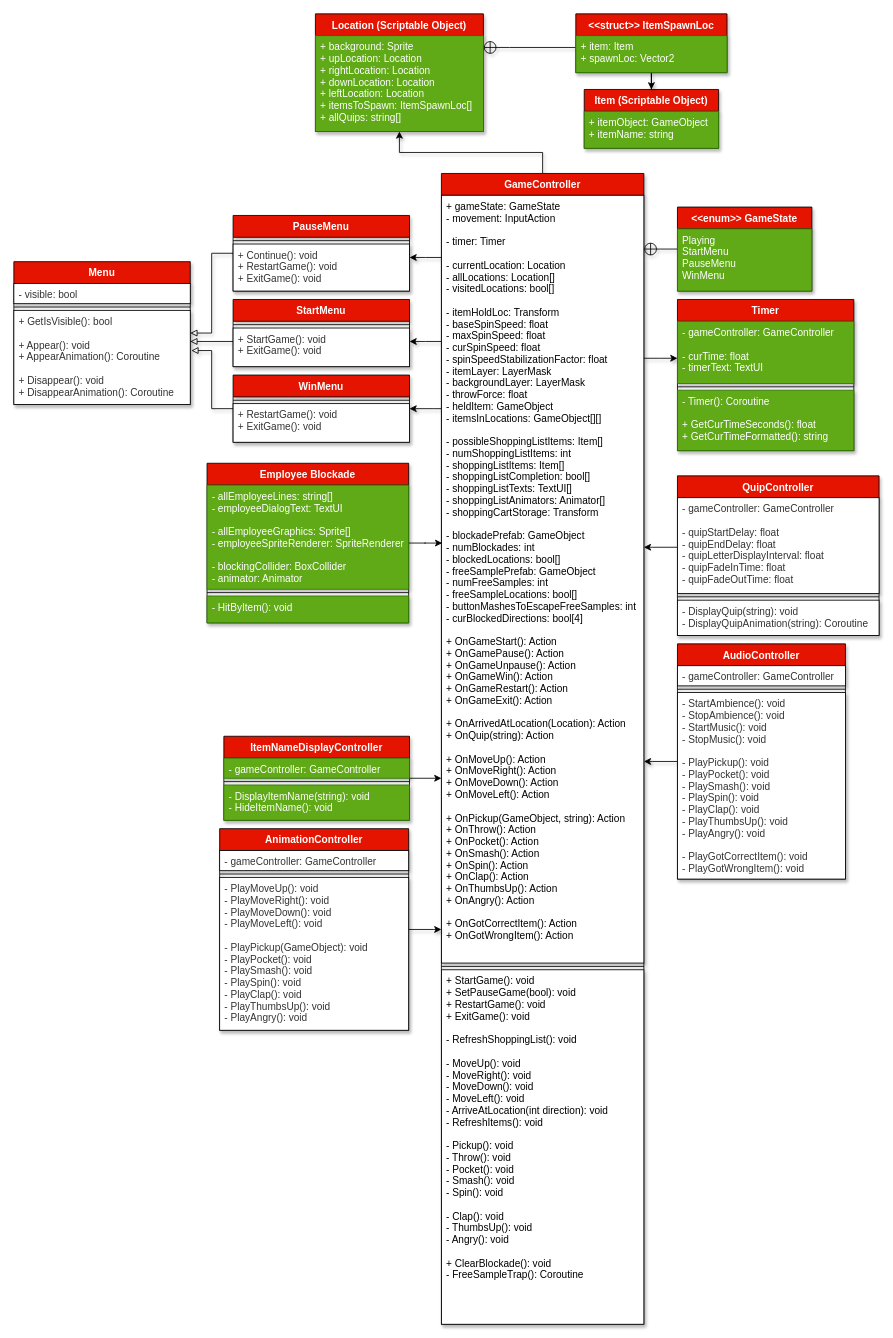
Above: Trapped in Costco UML.drawio in BagelMaster5000/Trapped-In-Costco (draw.io), before the change. Source tidied: cells renumbered, new cells numbered last; positions are measured from the earlier drawing's top-left corner, leaving out a move shared by most shapes. Both pictures are drawn from the tidied source at 84%, with x=0, y=0 at pixel (13, 13).
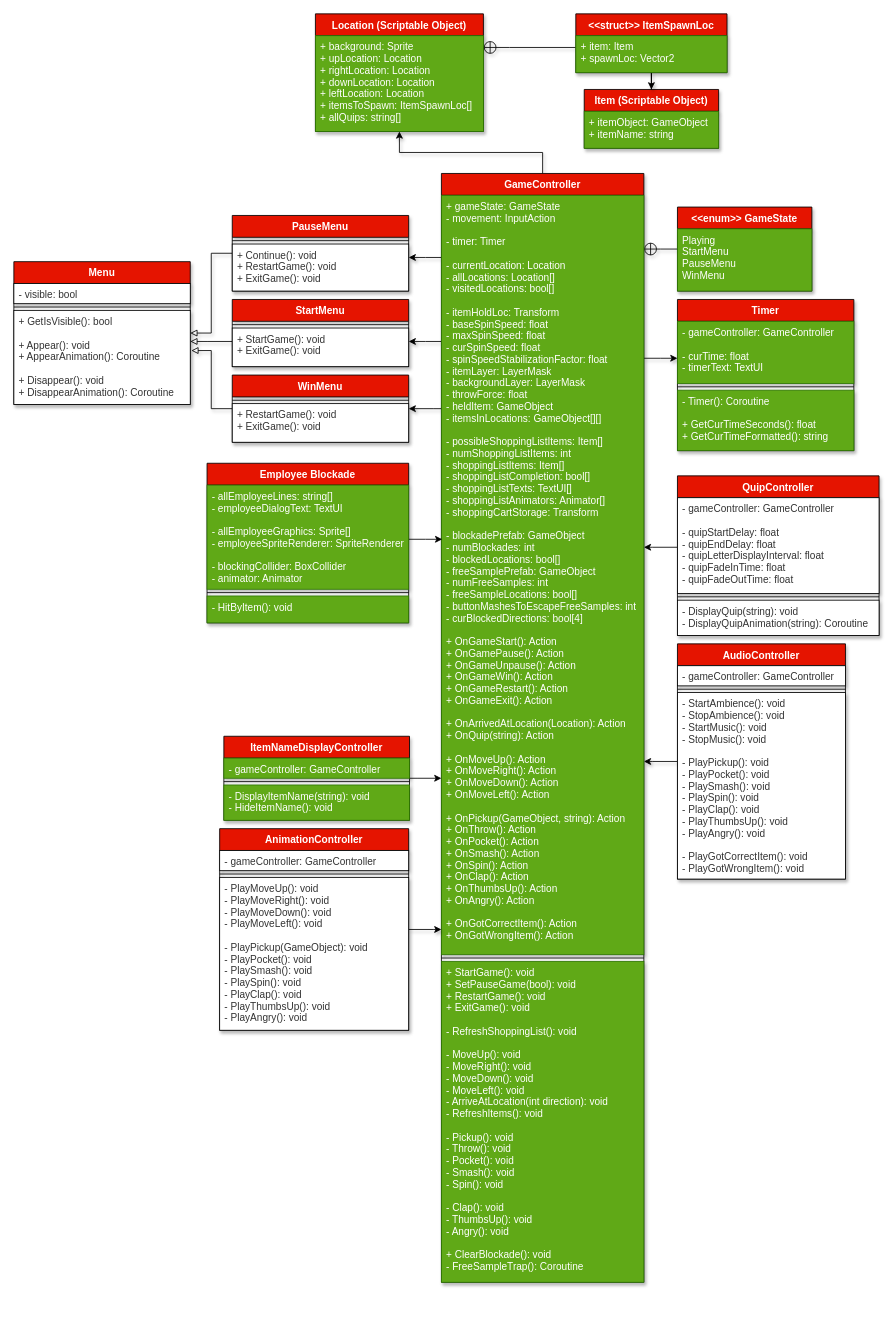
The same diagram, later.

Commit message:
Updated UML diagram

The change refers to these unchanged cells:
```xml
<mxCell id="63" value="Employee Blockade" style="swimlane;fontStyle=1;align=center;verticalAlign=top;horizontal=1;startSize=26;fillColor=#e51400;labelBackgroundColor=none;labelBorderColor=none;shadow=1;fontColor=#ffffff;" parent="1" vertex="1">
  <mxGeometry x="230" y="535" width="240" height="190" as="geometry" />
</mxCell>
```

Change to the diagram source:
```diff
@@
     <mxCell id="10" value="GameController" style="swimlane;fontStyle=1;align=center;verticalAlign=top;horizontal=1;startSize=26;fillColor=#e51400;labelBackgroundColor=none;labelBorderColor=none;shadow=1;fontColor=#ffffff;" parent="1" vertex="1">
-      <mxGeometry x="509" y="190" width="241" height="1370" as="geometry" />
+      <mxGeometry x="509" y="190" width="241" height="1320" as="geometry" />
     </mxCell>
-    <mxCell id="11" value="+ gameState: GameState&#10;- movement: InputAction&#10;&#10;- timer: Timer&#10;&#10;- currentLocation: Location&#10;- allLocations: Location[]&#10;- visitedLocations: bool[]&#10;&#10;- itemHoldLoc: Transform&#10;- baseSpinSpeed: float&#10;- maxSpinSpeed: float&#10;- curSpinSpeed: float&#10;- spinSpeedStabilizationFactor: float&#10;- itemLayer: LayerMask&#10;- backgroundLayer: LayerMask&#10;- throwForce: float&#10;- heldItem: GameObject&#10;- itemsInLocations: GameObject[][]&#10;&#10;- possibleShoppingListItems: Item[]&#10;- numShoppingListItems: int&#10;- shoppingListItems: Item[]&#10;- shoppingListCompletion: bool[]&#10;- shoppingListTexts: TextUI[]&#10;- shoppingListAnimators: Animator[]&#10;- shoppingCartStorage: Transform&#10;&#10;- blockadePrefab: GameObject&#10;- numBlockades: int&#10;- blockedLocations: bool[]&#10;- freeSamplePrefab: GameObject&#10;- numFreeSamples: int&#10;- freeSampleLocations: bool[]&#10;- buttonMashesToEscapeFreeSamples: int&#10;- curBlockedDirections: bool[4]&#10;&#10;+ OnGameStart(): Action&#10;+ OnGamePause(): Action&#10;+ OnGameUnpause(): Action&#10;+ OnGameWin(): Action&#10;+ OnGameRestart(): Action&#10;+ OnGameExit(): Action&#10;&#10;+ OnArrivedAtLocation(Location): Action&#10;+ OnQuip(string): Action&#10;&#10;+ OnMoveUp(): Action&#10;+ OnMoveRight(): Action&#10;+ OnMoveDown(): Action&#10;+ OnMoveLeft(): Action&#10;&#10;+ OnPickup(GameObject, string): Action&#10;+ OnThrow(): Action&#10;+ OnPocket(): Action&#10;+ OnSmash(): Action&#10;+ OnSpin(): Action&#10;+ OnClap(): Action&#10;+ OnThumbsUp(): Action&#10;+ OnAngry(): Action&#10;&#10;+ OnGotCorrectItem(): Action&#10;+ OnGotWrongItem(): Action&#10;" style="text;align=left;verticalAlign=top;spacingLeft=4;spacingRight=4;overflow=hidden;points=[[0,0.5],[1,0.5]];portConstraint=eastwest;labelBackgroundColor=none;labelBorderColor=none;shadow=1;fillColor=#FFFFFF;fontColor=#000000;strokeColor=#000000;" parent="10" vertex="1">
-      <mxGeometry y="26" width="241" height="914" as="geometry" />
+    <mxCell id="11" value="+ gameState: GameState&#10;- movement: InputAction&#10;&#10;- timer: Timer&#10;&#10;- currentLocation: Location&#10;- allLocations: Location[]&#10;- visitedLocations: bool[]&#10;&#10;- itemHoldLoc: Transform&#10;- baseSpinSpeed: float&#10;- maxSpinSpeed: float&#10;- curSpinSpeed: float&#10;- spinSpeedStabilizationFactor: float&#10;- itemLayer: LayerMask&#10;- backgroundLayer: LayerMask&#10;- throwForce: float&#10;- heldItem: GameObject&#10;- itemsInLocations: GameObject[][]&#10;&#10;- possibleShoppingListItems: Item[]&#10;- numShoppingListItems: int&#10;- shoppingListItems: Item[]&#10;- shoppingListCompletion: bool[]&#10;- shoppingListTexts: TextUI[]&#10;- shoppingListAnimators: Animator[]&#10;- shoppingCartStorage: Transform&#10;&#10;- blockadePrefab: GameObject&#10;- numBlockades: int&#10;- blockedLocations: bool[]&#10;- freeSamplePrefab: GameObject&#10;- numFreeSamples: int&#10;- freeSampleLocations: bool[]&#10;- buttonMashesToEscapeFreeSamples: int&#10;- curBlockedDirections: bool[4]&#10;&#10;+ OnGameStart(): Action&#10;+ OnGamePause(): Action&#10;+ OnGameUnpause(): Action&#10;+ OnGameWin(): Action&#10;+ OnGameRestart(): Action&#10;+ OnGameExit(): Action&#10;&#10;+ OnArrivedAtLocation(Location): Action&#10;+ OnQuip(string): Action&#10;&#10;+ OnMoveUp(): Action&#10;+ OnMoveRight(): Action&#10;+ OnMoveDown(): Action&#10;+ OnMoveLeft(): Action&#10;&#10;+ OnPickup(GameObject, string): Action&#10;+ OnThrow(): Action&#10;+ OnPocket(): Action&#10;+ OnSmash(): Action&#10;+ OnSpin(): Action&#10;+ OnClap(): Action&#10;+ OnThumbsUp(): Action&#10;+ OnAngry(): Action&#10;&#10;+ OnGotCorrectItem(): Action&#10;+ OnGotWrongItem(): Action&#10;" style="text;align=left;verticalAlign=top;spacingLeft=4;spacingRight=4;overflow=hidden;points=[[0,0.5],[1,0.5]];portConstraint=eastwest;labelBackgroundColor=none;labelBorderColor=none;shadow=1;fillColor=#60a917;fontColor=#ffffff;strokeColor=#2D7600;" parent="10" vertex="1">
+      <mxGeometry y="26" width="241" height="904" as="geometry" />
     </mxCell>
     <mxCell id="12" style="line;strokeWidth=1;align=left;verticalAlign=middle;spacingTop=-1;spacingLeft=3;spacingRight=3;labelPosition=right;fillColor=#FFFFFF;labelBackgroundColor=none;labelBorderColor=none;fontColor=#333333;shadow=1;" parent="10" vertex="1">
-      <mxGeometry y="940" width="241" height="8" as="geometry" />
+      <mxGeometry y="930" width="241" height="8" as="geometry" />
     </mxCell>
-    <mxCell id="13" value="+ StartGame(): void&#10;+ SetPauseGame(bool): void&#10;+ RestartGame(): void&#10;+ ExitGame(): void&#10;&#10;- RefreshShoppingList(): void&#10;&#10;- MoveUp(): void&#10;- MoveRight(): void&#10;- MoveDown(): void&#10;- MoveLeft(): void&#10;- ArriveAtLocation(int direction): void&#10;- RefreshItems(): void&#10;&#10;- Pickup(): void&#10;- Throw(): void&#10;- Pocket(): void&#10;- Smash(): void&#10;- Spin(): void&#10;&#10;- Clap(): void&#10;- ThumbsUp(): void&#10;- Angry(): void&#10;&#10;+ ClearBlockade(): void&#10;- FreeSampleTrap(): Coroutine" style="text;align=left;verticalAlign=top;spacingLeft=4;spacingRight=4;overflow=hidden;labelBackgroundColor=none;labelBorderColor=none;shadow=1;fillColor=#FFFFFF;fontColor=#000000;strokeColor=#000000;" parent="10" vertex="1">
-      <mxGeometry y="948" width="241" height="422" as="geometry" />
+    <mxCell id="13" value="+ StartGame(): void&#10;+ SetPauseGame(bool): void&#10;+ RestartGame(): void&#10;+ ExitGame(): void&#10;&#10;- RefreshShoppingList(): void&#10;&#10;- MoveUp(): void&#10;- MoveRight(): void&#10;- MoveDown(): void&#10;- MoveLeft(): void&#10;- ArriveAtLocation(int direction): void&#10;- RefreshItems(): void&#10;&#10;- Pickup(): void&#10;- Throw(): void&#10;- Pocket(): void&#10;- Smash(): void&#10;- Spin(): void&#10;&#10;- Clap(): void&#10;- ThumbsUp(): void&#10;- Angry(): void&#10;&#10;+ ClearBlockade(): void&#10;- FreeSampleTrap(): Coroutine" style="text;align=left;verticalAlign=top;spacingLeft=4;spacingRight=4;overflow=hidden;labelBackgroundColor=none;labelBorderColor=none;shadow=1;fillColor=#60a917;fontColor=#ffffff;strokeColor=#2D7600;" parent="10" vertex="1">
+      <mxGeometry y="938" width="241" height="382" as="geometry" />
     </mxCell>
@@
     <mxCell id="22" value="PauseMenu" style="swimlane;fontStyle=1;align=center;verticalAlign=top;horizontal=1;startSize=26;fillColor=#e51400;labelBackgroundColor=none;labelBorderColor=none;shadow=1;fontColor=#ffffff;" parent="1" vertex="1">
-      <mxGeometry x="261" y="240" width="210" height="90" as="geometry" />
+      <mxGeometry x="260" y="240" width="210" height="90" as="geometry" />
     </mxCell>
@@
     <mxCell id="26" value="StartMenu" style="swimlane;fontStyle=1;align=center;verticalAlign=top;horizontal=1;startSize=26;fillColor=#e51400;labelBackgroundColor=none;labelBorderColor=none;shadow=1;fontColor=#ffffff;" parent="1" vertex="1">
-      <mxGeometry x="261" y="340" width="210" height="80" as="geometry" />
+      <mxGeometry x="260" y="340" width="210" height="80" as="geometry" />
     </mxCell>
@@
     <mxCell id="30" value="WinMenu" style="swimlane;fontStyle=1;align=center;verticalAlign=top;horizontal=1;startSize=26;fillColor=#e51400;labelBackgroundColor=none;labelBorderColor=none;shadow=1;fontColor=#ffffff;" parent="1" vertex="1">
-      <mxGeometry x="261" y="430" width="210" height="80" as="geometry" />
+      <mxGeometry x="260" y="430" width="210" height="80" as="geometry" />
     </mxCell>
@@
     <mxCell id="62" style="edgeStyle=orthogonalEdgeStyle;rounded=0;jettySize=auto;html=1;entryX=0.004;entryY=0.453;entryDx=0;entryDy=0;entryPerimeter=0;" parent="1" edge="1" source="63" target="11">
-      <mxGeometry relative="1" as="geometry" />
+      <mxGeometry relative="1" as="geometry">
+        <Array as="points">
+          <mxPoint x="490" y="626" />
+        </Array>
+      </mxGeometry>
     </mxCell>
```
